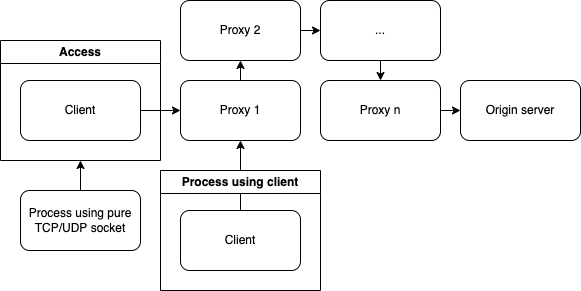
Before: img/arch.drawio.png, a diagram exported from draw.io (Banyc/proxy). Source tidied: cells renumbered, new cells last; positions are measured from the earlier drawing's top-left corner, leaving out a move shared by most shapes.
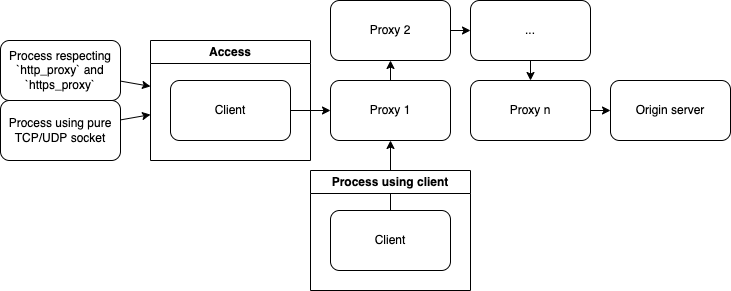
The same file after the commit.

Commit message:
docs: show http proxy in diagram

The edit, as a diff of the source:
```diff
@@ -42,7 +42,7 @@
       <mxGeometry relative="1" as="geometry" />
     </mxCell>
     <mxCell id="15" value="Process using pure TCP/UDP socket" style="rounded=1;whiteSpace=wrap;html=1;" parent="1" vertex="1">
-      <mxGeometry x="20" y="190" width="120" height="60" as="geometry" />
+      <mxGeometry x="-150" y="100" width="120" height="60" as="geometry" />
     </mxCell>
     <mxCell id="16" style="edgeStyle=none;html=1;" parent="1" edge="1" source="18" target="5">
       <mxGeometry relative="1" as="geometry" />
@@ -53,5 +53,11 @@
     <mxCell id="18" value="Client" style="rounded=1;whiteSpace=wrap;html=1;" parent="17" vertex="1">
       <mxGeometry x="20" y="40" width="120" height="60" as="geometry" />
     </mxCell>
+    <mxCell id="19" style="edgeStyle=none;html=1;" parent="1" edge="1" source="20" target="2">
+      <mxGeometry relative="1" as="geometry" />
+    </mxCell>
+    <mxCell id="20" value="Process respecting `http_proxy` and `https_proxy`" style="rounded=1;whiteSpace=wrap;html=1;" parent="1" vertex="1">
+      <mxGeometry x="-150" y="40" width="120" height="60" as="geometry" />
+    </mxCell>
   </root>
 </mxGraphModel>
```
